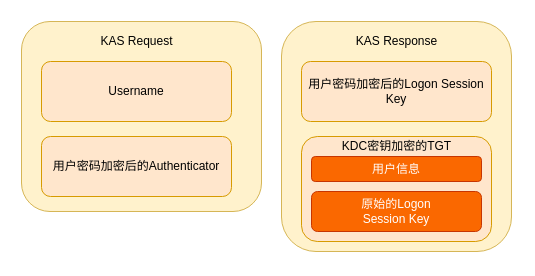
The draw.io diagram assets/img/Integrated/Windows/笔记/认证/22.drawio in ffffffff0x/1earn, before the edit. Source tidied: cells renumbered, new cells numbered last; positions are measured from the earlier drawing's top-left corner, leaving out a move shared by most shapes. Both pictures are drawn from the tidied source at 100%, with x=0, y=0 at pixel (21, 21).
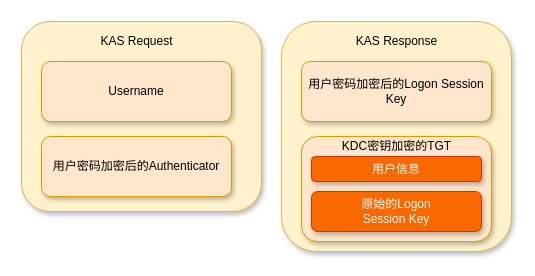
The same page after the edit.

Change to the diagram source:
```diff
@@
 <mxGraphModel>
   <root>
     <mxCell id="0" />
     <mxCell id="1" parent="0" />
-    <mxCell id="2" style="rounded=1;whiteSpace=wrap;html=1;fillColor=#fff2cc;strokeColor=#d6b656;" parent="1" vertex="1">
+    <mxCell id="2" style="rounded=1;whiteSpace=wrap;html=1;fillColor=#fff2cc;strokeColor=#d6b656;shadow=1;" parent="1" vertex="1">
       <mxGeometry width="240" height="190" as="geometry" />
     </mxCell>
-    <mxCell id="3" style="rounded=1;whiteSpace=wrap;html=1;fillColor=#fff2cc;strokeColor=#d6b656;" parent="1" vertex="1">
+    <mxCell id="3" style="rounded=1;whiteSpace=wrap;html=1;fillColor=#fff2cc;strokeColor=#d6b656;shadow=1;" parent="1" vertex="1">
       <mxGeometry x="260" width="230" height="230" as="geometry" />
     </mxCell>
-    <mxCell id="4" value="KAS Request" style="text;html=1;align=center;verticalAlign=middle;" parent="1" vertex="1">
+    <mxCell id="4" value="KAS Request" style="text;html=1;align=center;verticalAlign=middle;shadow=1;" parent="1" vertex="1">
       <mxGeometry x="70" y="10" width="90" height="20" as="geometry" />
     </mxCell>
-    <mxCell id="5" value="KAS Response" style="text;html=1;align=center;verticalAlign=middle;" parent="1" vertex="1">
+    <mxCell id="5" value="KAS Response" style="text;html=1;align=center;verticalAlign=middle;shadow=1;" parent="1" vertex="1">
       <mxGeometry x="325" y="10" width="100" height="20" as="geometry" />
     </mxCell>
-    <mxCell id="6" value="Username" style="rounded=1;whiteSpace=wrap;html=1;fillColor=#ffe6cc;strokeColor=#d79b00;" parent="1" vertex="1">
+    <mxCell id="6" value="Username" style="rounded=1;whiteSpace=wrap;html=1;fillColor=#ffe6cc;strokeColor=#d79b00;shadow=1;" parent="1" vertex="1">
       <mxGeometry x="20" y="40" width="190" height="60" as="geometry" />
     </mxCell>
-    <mxCell id="7" value="用户密码加密后的Authenticator" style="rounded=1;whiteSpace=wrap;html=1;fillColor=#ffe6cc;strokeColor=#d79b00;" parent="1" vertex="1">
+    <mxCell id="7" value="用户密码加密后的Authenticator" style="rounded=1;whiteSpace=wrap;html=1;fillColor=#ffe6cc;strokeColor=#d79b00;shadow=1;" parent="1" vertex="1">
       <mxGeometry x="20" y="115" width="190" height="60" as="geometry" />
     </mxCell>
-    <mxCell id="8" value="用户密码加密后的Logon Session Key" style="rounded=1;whiteSpace=wrap;html=1;fillColor=#ffe6cc;strokeColor=#d79b00;" parent="1" vertex="1">
+    <mxCell id="8" value="用户密码加密后的Logon Session Key" style="rounded=1;whiteSpace=wrap;html=1;fillColor=#ffe6cc;strokeColor=#d79b00;shadow=1;" parent="1" vertex="1">
       <mxGeometry x="280" y="40" width="190" height="60" as="geometry" />
     </mxCell>
-    <mxCell id="9" style="rounded=1;whiteSpace=wrap;html=1;fillColor=#ffe6cc;strokeColor=#d79b00;" parent="1" vertex="1">
+    <mxCell id="9" style="rounded=1;whiteSpace=wrap;html=1;fillColor=#ffe6cc;strokeColor=#d79b00;shadow=1;" parent="1" vertex="1">
       <mxGeometry x="280" y="115" width="190" height="105" as="geometry" />
     </mxCell>
-    <mxCell id="10" value="KDC密钥加密的TGT" style="text;html=1;align=center;verticalAlign=middle;" parent="1" vertex="1">
+    <mxCell id="10" value="KDC密钥加密的TGT" style="text;html=1;align=center;verticalAlign=middle;shadow=1;" parent="1" vertex="1">
       <mxGeometry x="315" y="115" width="120" height="20" as="geometry" />
     </mxCell>
-    <mxCell id="11" value="用户信息" style="rounded=1;whiteSpace=wrap;html=1;fillColor=#fa6800;strokeColor=#C73500;fontColor=#ffffff;" parent="1" vertex="1">
+    <mxCell id="11" value="用户信息" style="rounded=1;whiteSpace=wrap;html=1;fillColor=#fa6800;strokeColor=#C73500;fontColor=#ffffff;shadow=1;" parent="1" vertex="1">
       <mxGeometry x="290" y="135" width="170" height="25" as="geometry" />
     </mxCell>
-    <mxCell id="12" value="原始的Logon&lt;br&gt;Session Key" style="rounded=1;whiteSpace=wrap;html=1;fillColor=#fa6800;strokeColor=#C73500;fontColor=#ffffff;" parent="1" vertex="1">
+    <mxCell id="12" value="原始的Logon&lt;br&gt;Session Key" style="rounded=1;whiteSpace=wrap;html=1;fillColor=#fa6800;strokeColor=#C73500;fontColor=#ffffff;shadow=1;" parent="1" vertex="1">
       <mxGeometry x="290" y="170" width="170" height="40" as="geometry" />
     </mxCell>
   </root>
 </mxGraphModel>
```
